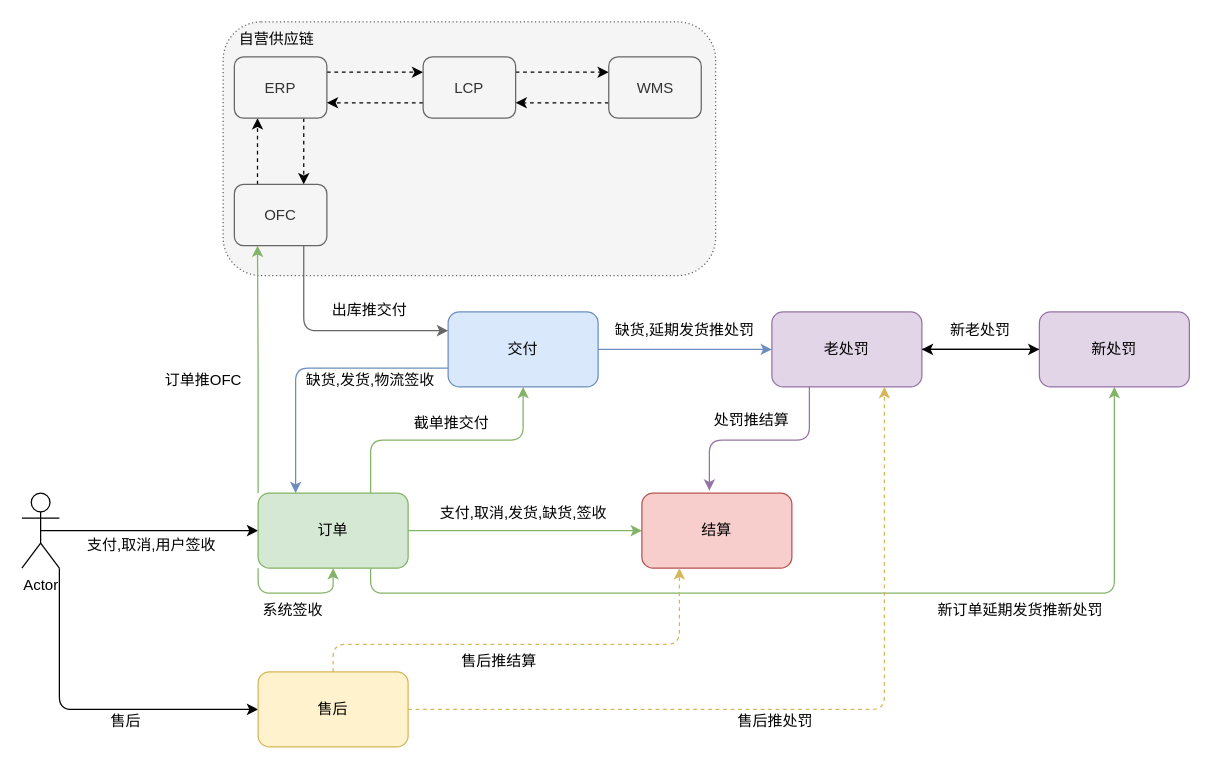
mingtian110/pc_home keeps this draw.io diagram as 稽核链路.drawio. Above is the earlier version. Source tidied: cells renumbered, new cells numbered last; positions are measured from the earlier drawing's top-left corner, leaving out a move shared by most shapes. Both pictures are drawn from the tidied source at 125%, with x=0, y=0 at pixel (21, 21).
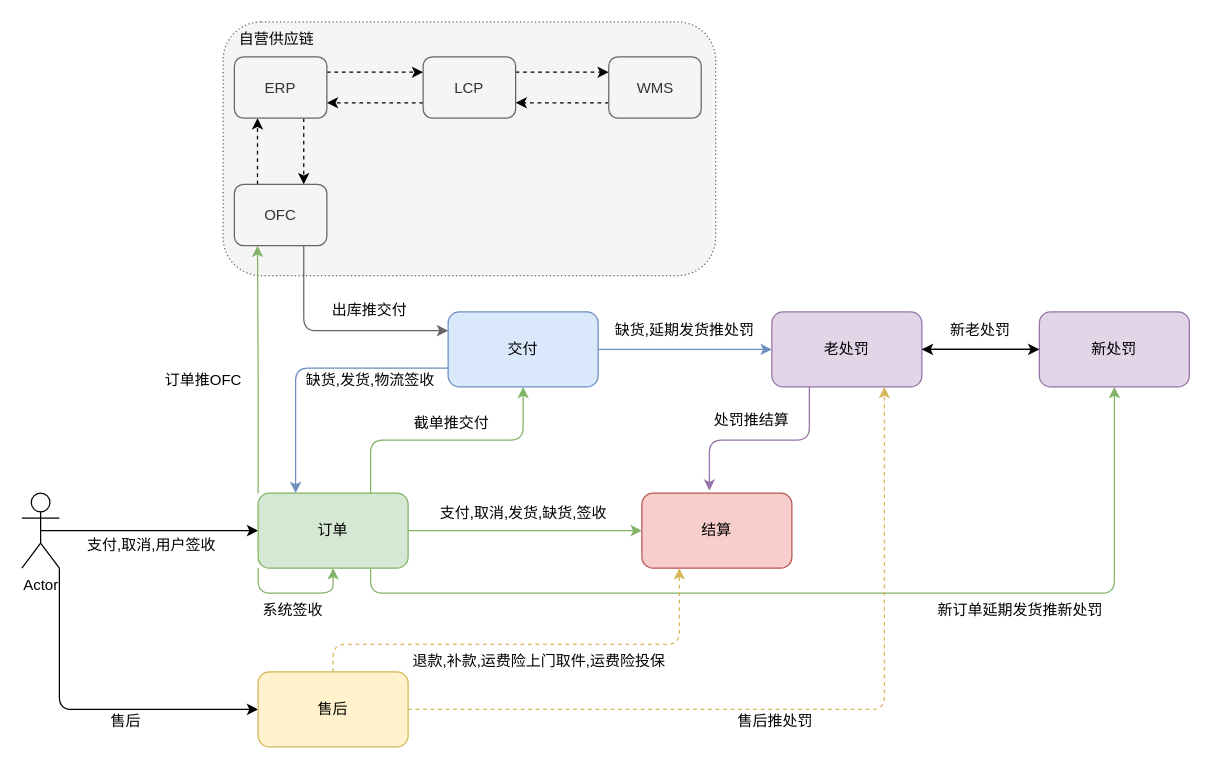
Above is the later version.

Commit message:
更新稽核链路.drawio

Change to the diagram source:
```diff
@@
-    <mxCell id="41" value="售后推结算" style="text;html=1;strokeColor=none;fillColor=none;align=center;verticalAlign=middle;whiteSpace=wrap;rounded=1;" parent="1" vertex="1">
-      <mxGeometry x="350" y="503" width="64" height="17" as="geometry" />
+    <mxCell id="41" value="退款,补款,运费险上门取件,运费险投保" style="text;html=1;strokeColor=none;fillColor=none;align=center;verticalAlign=middle;whiteSpace=wrap;rounded=1;" parent="1" vertex="1">
+      <mxGeometry x="311" y="503" width="206" height="17" as="geometry" />
     </mxCell>
```
